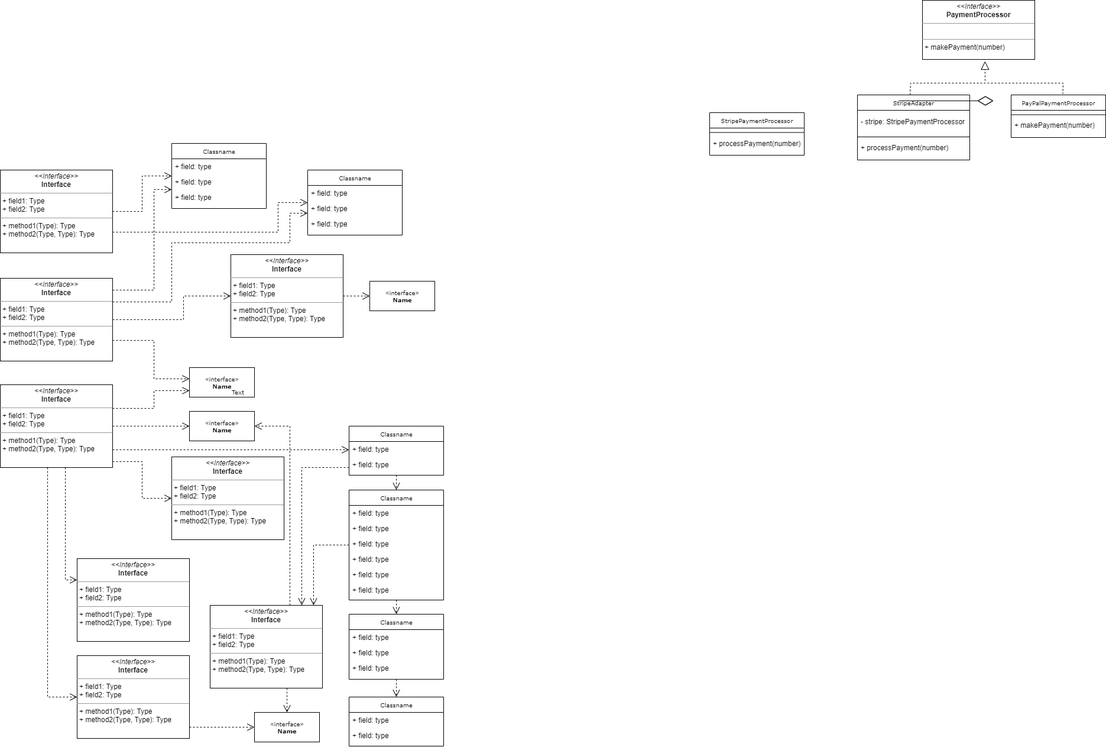
The draw.io diagram lab2.drawio.png in Gamurar/test, before a commit. Source tidied: cells renumbered, new cells last; positions are measured from the earlier drawing's top-left corner, leaving out a move shared by most shapes.
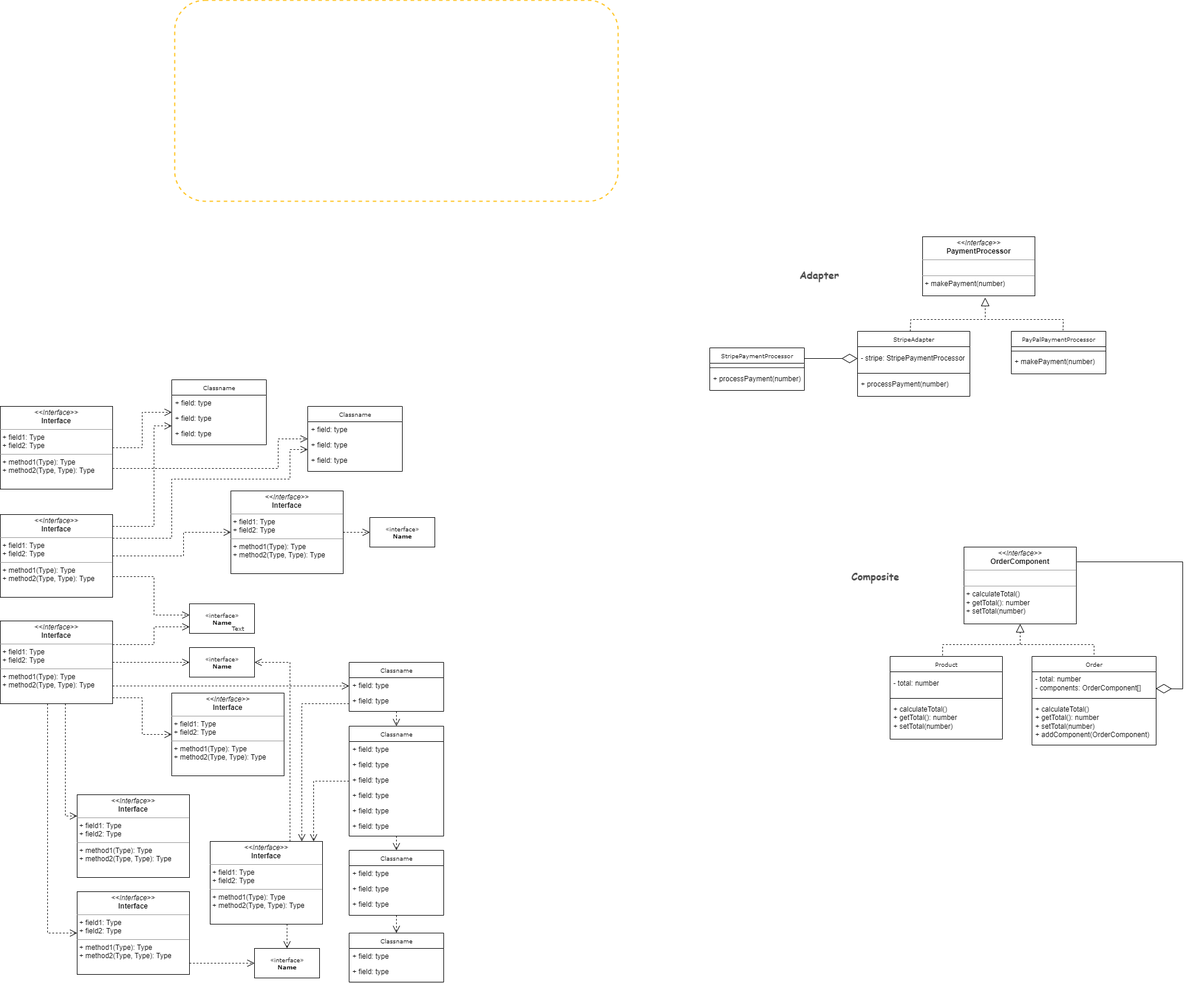
Later version of the same file.

What changed in the source:
```diff
@@ -261,7 +261,7 @@
       <mxGeometry y="41" width="160" height="22" as="geometry" />
     </mxCell>
     <mxCell id="64" value="StripePaymentProcessor" style="swimlane;html=1;fontStyle=0;horizontal=1;startSize=26;fillColor=none;swimlaneFillColor=#ffffff;rounded=0;shadow=0;comic=0;labelBackgroundColor=none;strokeWidth=1;fontFamily=Verdana;fontSize=10;align=center;" parent="1" vertex="1">
-      <mxGeometry x="1200" y="190" width="160" height="72" as="geometry" />
+      <mxGeometry x="1200" y="188" width="160" height="72" as="geometry" />
     </mxCell>
     <mxCell id="65" style="line;strokeWidth=1;fillColor=none;align=left;verticalAlign=middle;spacingTop=-1;spacingLeft=3;spacingRight=3;labelPosition=right;strokeColor=inherit;" parent="64" vertex="1">
       <mxGeometry y="26" width="160" height="15" as="geometry" />
@@ -300,17 +300,70 @@
         </Array>
       </mxGeometry>
     </mxCell>
-    <mxCell id="74" style="endArrow=diamondThin;endFill=0;endSize=24;html=1;rounded=0;" parent="1" edge="1">
-      <mxGeometry relative="1" as="geometry">
-        <mxPoint x="1520" y="170" as="sourcePoint" />
-        <mxPoint x="1680" y="170" as="targetPoint" />
-      </mxGeometry>
-    </mxCell>
-    <mxCell id="75" style="endArrow=diamondThin;endFill=0;endSize=24;html=1;rounded=0;" parent="1" edge="1">
-      <mxGeometry relative="1" as="geometry">
-        <mxPoint x="1520" y="170" as="sourcePoint" />
-        <mxPoint x="1680" y="170" as="targetPoint" />
-      </mxGeometry>
-    </mxCell>
+    <mxCell id="76" style="endArrow=diamondThin;endFill=0;endSize=24;html=1;rounded=0;exitX=1;exitY=0.25;exitDx=0;exitDy=0;entryX=0;entryY=0.5;entryDx=0;entryDy=0;" parent="1" edge="1" source="64" target="69">
+      <mxGeometry relative="1" as="geometry" />
+    </mxCell>
+    <mxCell id="77" style="rounded=1;whiteSpace=wrap;html=1;fillStyle=dashed;dashed=1;strokeColor=#FFC526;strokeWidth=2;fillColor=none;" parent="1" vertex="1">
+      <mxGeometry x="295" y="-400" width="750" height="340" as="geometry" />
+    </mxCell>
+    <mxCell id="78" value="Adapter" style="text;html=1;align=center;verticalAlign=middle;strokeColor=none;fillColor=none;fontFamily=Comic Sans MS;fontStyle=1;fontSize=17;fontColor=#4F4F4F;" parent="1" vertex="1">
+      <mxGeometry x="1340" y="50" width="90" height="30" as="geometry" />
+    </mxCell>
+    <mxCell id="79" value="&lt;p style=&quot;margin:0px;margin-top:4px;text-align:center;&quot;&gt;&lt;i&gt;&amp;lt;&amp;lt;Interface&amp;gt;&amp;gt;&lt;/i&gt;&lt;br&gt;&lt;b&gt;OrderComponent&lt;/b&gt;&lt;/p&gt;&lt;hr size=&quot;1&quot;&gt;&lt;p style=&quot;margin:0px;margin-left:4px;&quot;&gt;&lt;br&gt;&lt;/p&gt;&lt;hr size=&quot;1&quot;&gt;&lt;p style=&quot;margin:0px;margin-left:4px;&quot;&gt;+ calculateTotal()&lt;br&gt;&lt;/p&gt;&lt;p style=&quot;margin:0px;margin-left:4px;&quot;&gt;+ getTotal(): number&lt;/p&gt;&lt;p style=&quot;margin:0px;margin-left:4px;&quot;&gt;+ setTotal(number)&lt;/p&gt;" style="verticalAlign=top;align=left;overflow=fill;fontSize=12;fontFamily=Helvetica;html=1;rounded=0;shadow=0;comic=0;labelBackgroundColor=none;strokeWidth=1;" parent="1" vertex="1">
+      <mxGeometry x="1630" y="525" width="190" height="130" as="geometry" />
+    </mxCell>
+    <mxCell id="80" value="Product" style="swimlane;html=1;fontStyle=0;horizontal=1;startSize=26;fillColor=none;swimlaneFillColor=#ffffff;rounded=0;shadow=0;comic=0;labelBackgroundColor=none;strokeWidth=1;fontFamily=Verdana;fontSize=10;align=center;" parent="1" vertex="1">
+      <mxGeometry x="1505" y="710" width="190" height="140" as="geometry" />
+    </mxCell>
+    <mxCell id="81" value="- total: number" style="text;html=1;strokeColor=none;fillColor=none;align=left;verticalAlign=middle;spacingLeft=4;spacingRight=4;whiteSpace=wrap;overflow=hidden;" parent="80" vertex="1">
+      <mxGeometry y="26" width="190" height="40" as="geometry" />
+    </mxCell>
+    <mxCell id="82" style="line;strokeWidth=1;fillColor=none;align=left;verticalAlign=middle;spacingTop=-1;spacingLeft=3;spacingRight=3;labelPosition=right;strokeColor=inherit;" parent="80" vertex="1">
+      <mxGeometry y="66" width="190" height="10" as="geometry" />
+    </mxCell>
+    <mxCell id="83" value="+ calculateTotal()&lt;div&gt;+ getTotal(): number&lt;/div&gt;&lt;div&gt;+ setTotal(number)&lt;/div&gt;" style="text;html=1;strokeColor=none;fillColor=none;align=left;verticalAlign=top;spacingLeft=4;spacingRight=4;whiteSpace=wrap;overflow=hidden;" parent="80" vertex="1">
+      <mxGeometry y="76" width="190" height="64" as="geometry" />
+    </mxCell>
+    <mxCell id="84" value="Order" style="swimlane;html=1;fontStyle=0;horizontal=1;startSize=26;fillColor=none;swimlaneFillColor=#ffffff;rounded=0;shadow=0;comic=0;labelBackgroundColor=none;strokeWidth=1;fontFamily=Verdana;fontSize=10;align=center;" parent="1" vertex="1">
+      <mxGeometry x="1745" y="710" width="210" height="150" as="geometry" />
+    </mxCell>
+    <mxCell id="85" value="- total: number&lt;div&gt;- components: OrderComponent[]&lt;/div&gt;" style="text;html=1;strokeColor=none;fillColor=none;align=left;verticalAlign=middle;spacingLeft=4;spacingRight=4;whiteSpace=wrap;overflow=hidden;" parent="84" vertex="1">
+      <mxGeometry y="26" width="210" height="40" as="geometry" />
+    </mxCell>
+    <mxCell id="86" style="line;strokeWidth=1;fillColor=none;align=left;verticalAlign=middle;spacingTop=-1;spacingLeft=3;spacingRight=3;labelPosition=right;strokeColor=inherit;" parent="84" vertex="1">
+      <mxGeometry y="66" width="210" height="10" as="geometry" />
+    </mxCell>
+    <mxCell id="87" value="+ calculateTotal()&lt;div&gt;+ getTotal(): number&lt;/div&gt;&lt;div&gt;+ setTotal(number)&lt;/div&gt;&lt;div&gt;+ addComponent(OrderComponent)&lt;/div&gt;" style="text;html=1;strokeColor=none;fillColor=none;align=left;verticalAlign=top;spacingLeft=4;spacingRight=4;whiteSpace=wrap;overflow=hidden;" parent="84" vertex="1">
+      <mxGeometry y="76" width="210" height="74" as="geometry" />
+    </mxCell>
+    <mxCell id="88" style="endArrow=block;dashed=1;endFill=0;endSize=12;html=1;rounded=0;exitX=0.467;exitY=-0.01;exitDx=0;exitDy=0;exitPerimeter=0;entryX=0.5;entryY=1;entryDx=0;entryDy=0;" parent="1" edge="1" source="80" target="79">
+      <mxGeometry relative="1" as="geometry">
+        <Array as="points">
+          <mxPoint x="1594" y="690" />
+          <mxPoint x="1725" y="690" />
+        </Array>
+      </mxGeometry>
+    </mxCell>
+    <mxCell id="89" style="endArrow=none;dashed=1;html=1;rounded=0;entryX=0.5;entryY=0;entryDx=0;entryDy=0;" parent="1" edge="1" target="84">
+      <mxGeometry relative="1" as="geometry">
+        <mxPoint x="1720" y="690" as="sourcePoint" />
+        <Array as="points">
+          <mxPoint x="1850" y="690" />
+        </Array>
+      </mxGeometry>
+    </mxCell>
+    <mxCell id="90" style="endArrow=diamondThin;endFill=0;endSize=24;html=1;rounded=0;entryX=0.998;entryY=0.836;entryDx=0;entryDy=0;entryPerimeter=0;" parent="1" edge="1">
+      <mxGeometry relative="1" as="geometry">
+        <mxPoint x="1821" y="550" as="sourcePoint" />
+        <mxPoint x="1954.6" y="764.4" as="targetPoint" />
+        <Array as="points">
+          <mxPoint x="2000" y="550" />
+          <mxPoint x="2000" y="765" />
+        </Array>
+      </mxGeometry>
+    </mxCell>
+    <mxCell id="91" value="Composite" style="text;html=1;align=center;verticalAlign=middle;strokeColor=none;fillColor=none;fontFamily=Comic Sans MS;fontStyle=1;fontSize=17;fontColor=#4F4F4F;" parent="1" vertex="1">
+      <mxGeometry x="1430" y="560" width="100" height="30" as="geometry" />
+    </mxCell>
   </root>
 </mxGraphModel>
```
